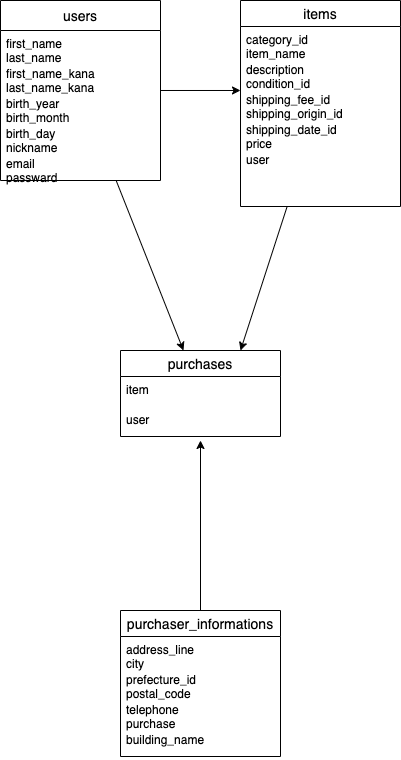
The draw.io diagram furima.png in minamoit/furima-39233, before a commit. Source tidied: cells renumbered, new cells last; positions are measured from the earlier drawing's top-left corner, leaving out a move shared by most shapes.
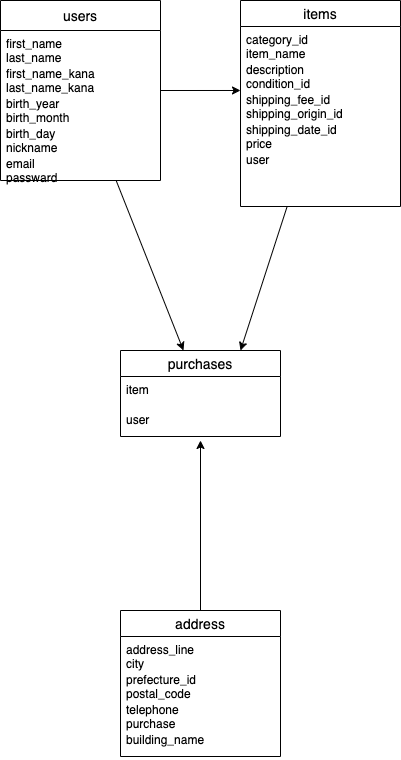
Later version of the same file.

Change to the diagram source:
```diff
@@ -61,7 +61,7 @@
         <mxPoint x="200" y="440" as="targetPoint" />
       </mxGeometry>
     </mxCell>
-    <mxCell id="20" value="purchaser_informations" style="swimlane;fontStyle=0;horizontal=1;startSize=26;align=center;fontSize=14;" parent="1" vertex="1">
+    <mxCell id="20" value="address" style="swimlane;fontStyle=0;horizontal=1;startSize=26;align=center;fontSize=14;" parent="1" vertex="1">
       <mxGeometry x="120" y="610" width="160" height="146" as="geometry" />
     </mxCell>
     <mxCell id="21" value="address_line&#10;city&#10;" style="text;strokeColor=none;fillColor=none;spacingLeft=4;spacingRight=4;overflow=hidden;fontSize=12;" parent="20" vertex="1">
```
